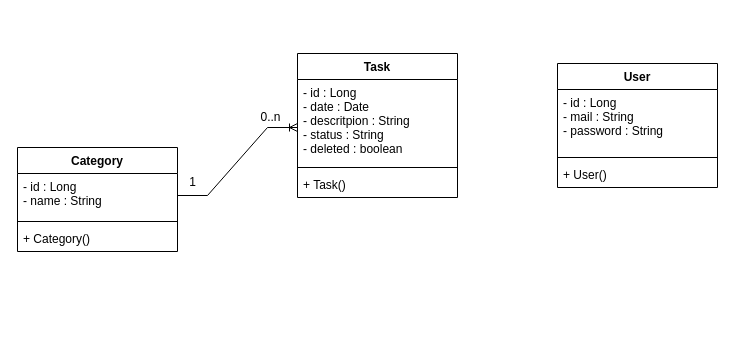
This is page "Classes" (2 of 6) of Ressources/toutedouceliste.drawio from Saralune/ToDoList_Spring, a draw.io file, before an edit. Source tidied: cells renumbered, new cells numbered last; positions are measured from the earlier drawing's top-left corner, leaving out a move shared by most shapes. Both pictures are drawn from the tidied source at 100%, with x=0, y=0 at pixel (17, 53).
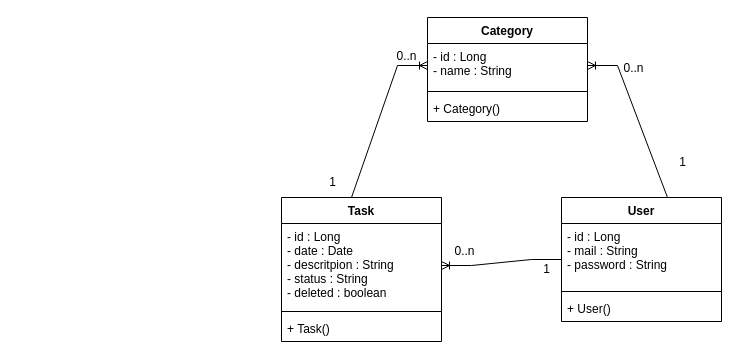
After the change.

Diff of the diagram source:
```diff
@@
 <mxGraphModel>
   <root>
     <mxCell id="0" />
     <mxCell id="1" parent="0" />
     <mxCell id="2" value="Task" style="swimlane;fontStyle=1;align=center;verticalAlign=top;horizontal=1;startSize=26;" parent="1" vertex="1">
-      <mxGeometry x="280" width="160" height="144" as="geometry" />
+      <mxGeometry x="264" y="144" width="160" height="144" as="geometry" />
     </mxCell>
     <mxCell id="3" value="- id : Long&#10;- date : Date&#10;- descritpion : String&#10;- status : String&#10;- deleted : boolean" style="text;strokeColor=none;fillColor=none;align=left;verticalAlign=top;spacingLeft=4;spacingRight=4;overflow=hidden;points=[[0,0.5],[1,0.5]];portConstraint=eastwest;" parent="2" vertex="1">
       <mxGeometry y="26" width="160" height="84" as="geometry" />
     </mxCell>
     <mxCell id="4" style="line;strokeWidth=1;fillColor=none;align=left;verticalAlign=middle;spacingTop=-1;spacingLeft=3;spacingRight=3;labelPosition=right;" parent="2" vertex="1">
       <mxGeometry y="110" width="160" height="8" as="geometry" />
     </mxCell>
     <mxCell id="5" value="+ Task()" style="text;strokeColor=none;fillColor=none;align=left;verticalAlign=top;spacingLeft=4;spacingRight=4;overflow=hidden;" parent="2" vertex="1">
       <mxGeometry y="118" width="160" height="26" as="geometry" />
     </mxCell>
     <mxCell id="6" value="User" style="swimlane;fontStyle=1;align=center;verticalAlign=top;horizontal=1;startSize=26;" parent="1" vertex="1">
-      <mxGeometry x="540" y="10" width="160" height="124" as="geometry" />
+      <mxGeometry x="544" y="144" width="160" height="124" as="geometry" />
     </mxCell>
     <mxCell id="7" value="- id : Long&#10;- mail : String&#10;- password : String" style="text;strokeColor=none;fillColor=none;align=left;verticalAlign=top;spacingLeft=4;spacingRight=4;overflow=hidden;" parent="6" vertex="1">
       <mxGeometry y="26" width="160" height="64" as="geometry" />
     </mxCell>
     <mxCell id="8" style="line;strokeWidth=1;fillColor=none;align=left;verticalAlign=middle;spacingTop=-1;spacingLeft=3;spacingRight=3;labelPosition=right;" parent="6" vertex="1">
       <mxGeometry y="90" width="160" height="8" as="geometry" />
     </mxCell>
     <mxCell id="9" value="+ User()" style="text;strokeColor=none;fillColor=none;align=left;verticalAlign=top;spacingLeft=4;spacingRight=4;overflow=hidden;" parent="6" vertex="1">
       <mxGeometry y="98" width="160" height="26" as="geometry" />
     </mxCell>
     <mxCell id="10" value="Category" style="swimlane;fontStyle=1;align=center;verticalAlign=top;horizontal=1;startSize=26;" parent="1" vertex="1">
-      <mxGeometry y="94" width="160" height="104" as="geometry" />
+      <mxGeometry x="410" y="-36" width="160" height="104" as="geometry" />
     </mxCell>
     <mxCell id="11" value="- id : Long&#10;- name : String" style="text;strokeColor=none;fillColor=none;align=left;verticalAlign=top;spacingLeft=4;spacingRight=4;overflow=hidden;points=[[0,0.5],[1,0.5]];portConstraint=eastwest;" parent="10" vertex="1">
       <mxGeometry y="26" width="160" height="44" as="geometry" />
     </mxCell>
     <mxCell id="12" style="line;strokeWidth=1;fillColor=none;align=left;verticalAlign=middle;spacingTop=-1;spacingLeft=3;spacingRight=3;labelPosition=right;" parent="10" vertex="1">
       <mxGeometry y="70" width="160" height="8" as="geometry" />
     </mxCell>
     <mxCell id="13" value="+ Category()" style="text;strokeColor=none;fillColor=none;align=left;verticalAlign=top;spacingLeft=4;spacingRight=4;overflow=hidden;" parent="10" vertex="1">
       <mxGeometry y="78" width="160" height="26" as="geometry" />
     </mxCell>
+    <mxCell id="15" value="1" style="text;html=1;align=center;verticalAlign=middle;strokeColor=none;fillColor=none;" parent="1" vertex="1">
+      <mxGeometry x="300" y="114" width="30" height="30" as="geometry" />
+    </mxCell>
+    <mxCell id="16" value="0..n" style="edgeStyle=entityRelationEdgeStyle;fontSize=12;html=1;endArrow=ERoneToMany;rounded=0;" parent="1" edge="1" source="6" target="3">
+      <mxGeometry x="0.62" y="-14" relative="1" as="geometry" />
+    </mxCell>
+    <mxCell id="17" value="1" style="text;html=1;align=center;verticalAlign=middle;strokeColor=none;fillColor=none;" parent="1" vertex="1">
+      <mxGeometry x="514" y="201" width="30" height="30" as="geometry" />
+    </mxCell>
-    <mxCell id="14" value="0..n" style="edgeStyle=entityRelationEdgeStyle;fontSize=12;html=1;endArrow=ERoneToMany;rounded=0;exitX=1;exitY=0.5;exitDx=0;exitDy=0;" parent="1" edge="1" source="11">
-      <mxGeometry x="0.64" y="10" relative="1" as="geometry">
-        <mxPoint x="280" y="74" as="targetPoint" />
-      </mxGeometry>
+    <mxCell id="14" value="0..n" style="edgeStyle=entityRelationEdgeStyle;fontSize=12;html=1;endArrow=ERoneToMany;rounded=0;exitX=0.25;exitY=0;exitDx=0;exitDy=0;" parent="1" edge="1" source="2" target="11">
+      <mxGeometry x="0.79" y="9" relative="1" as="geometry" />
     </mxCell>
-    <mxCell id="15" value="1" style="text;html=1;align=center;verticalAlign=middle;strokeColor=none;fillColor=none;" parent="1" vertex="1">
-      <mxGeometry x="160" y="114" width="30" height="30" as="geometry" />
-    </mxCell>
+    <mxCell id="18" value="0..n" style="edgeStyle=entityRelationEdgeStyle;fontSize=12;html=1;endArrow=ERoneToMany;rounded=0;exitX=0.85;exitY=0;exitDx=0;exitDy=0;exitPerimeter=0;" parent="1" edge="1" source="6" target="11">
+      <mxGeometry x="0.62" y="-14" relative="1" as="geometry" />
+    </mxCell>
+    <mxCell id="19" value="1" style="text;html=1;align=center;verticalAlign=middle;strokeColor=none;fillColor=none;" parent="1" vertex="1">
+      <mxGeometry x="650" y="94" width="30" height="30" as="geometry" />
+    </mxCell>
   </root>
 </mxGraphModel>
```
